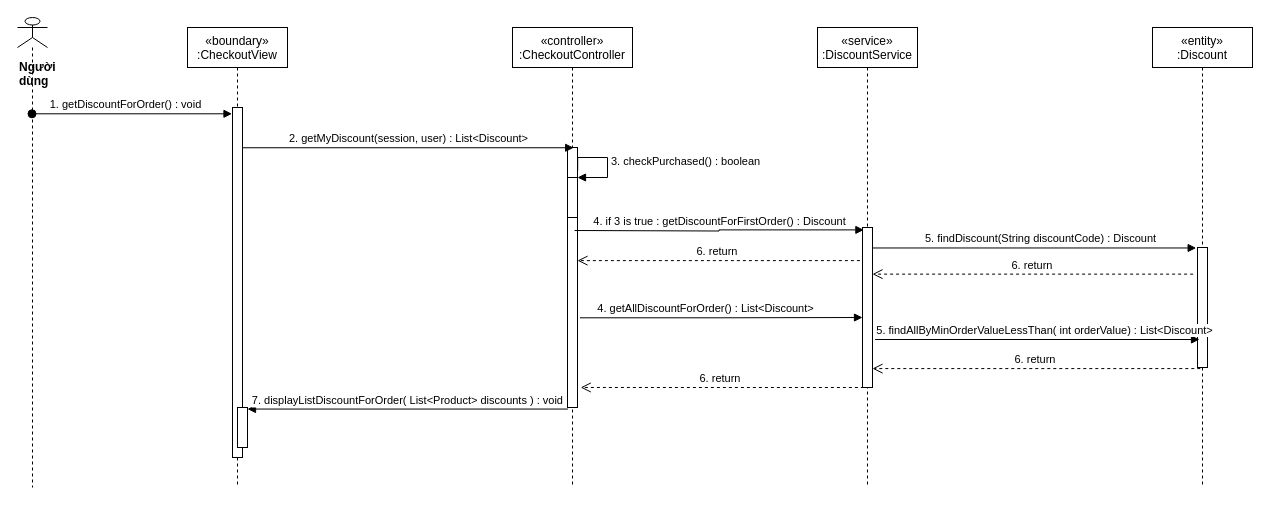
nguyenphamvan/datn_20202 keeps this draw.io diagram as sequence diagram/getDiscountCodeForOrder-sequence.drawio. Above is the earlier version. Source tidied: cells renumbered, new cells numbered last; positions are measured from the earlier drawing's top-left corner, leaving out a move shared by most shapes. Both pictures are drawn from the tidied source at 100%, with x=0, y=0 at pixel (17, 17).
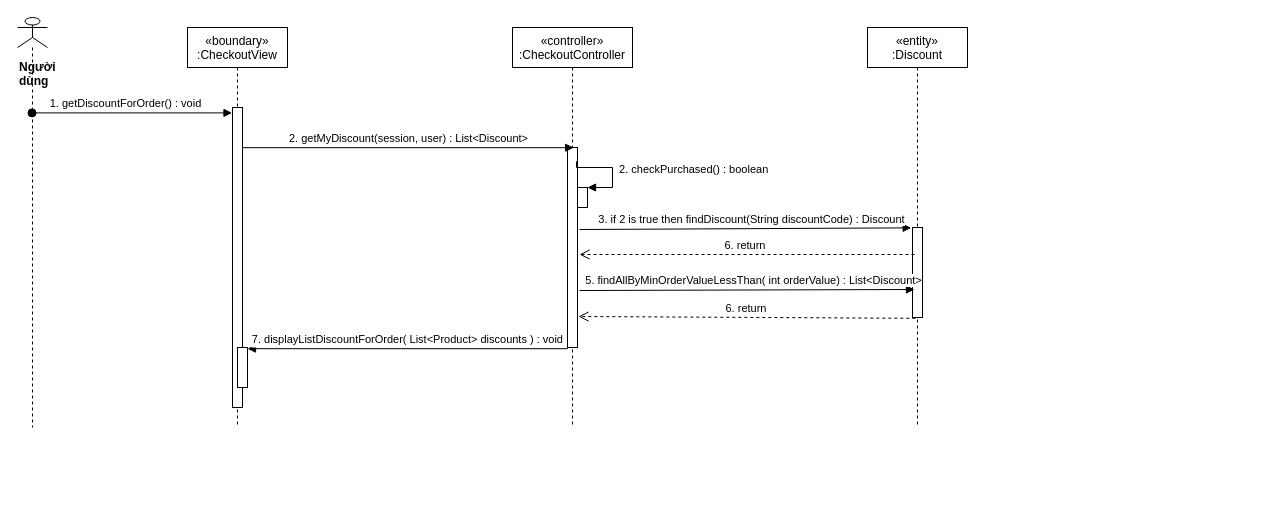
The same page after the edit.

What changed in the source:
```diff
@@
     <mxCell id="2" value="«boundary»&#10;:CheckoutView" style="shape=umlLifeline;perimeter=lifelinePerimeter;rounded=0;shadow=0;strokeWidth=1;" parent="1" vertex="1">
-      <mxGeometry x="170" y="10" width="100" height="460" as="geometry" />
+      <mxGeometry x="170" y="10" width="100" height="400" as="geometry" />
     </mxCell>
     <mxCell id="3" style="points=[];perimeter=orthogonalPerimeter;rounded=0;shadow=0;strokeWidth=1;" parent="2" vertex="1">
-      <mxGeometry x="45" y="80" width="10" height="350" as="geometry" />
+      <mxGeometry x="45" y="80" width="10" height="300" as="geometry" />
     </mxCell>
     <mxCell id="4" style="html=1;points=[];perimeter=orthogonalPerimeter;" parent="2" vertex="1">
-      <mxGeometry x="50" y="380" width="10" height="40" as="geometry" />
+      <mxGeometry x="50" y="320" width="10" height="40" as="geometry" />
     </mxCell>
     <mxCell id="5" value="«controller»&#10;:CheckoutController" style="shape=umlLifeline;perimeter=lifelinePerimeter;rounded=0;shadow=0;strokeWidth=1;" parent="1" vertex="1">
-      <mxGeometry x="495" y="10" width="120" height="460" as="geometry" />
+      <mxGeometry x="495" y="10" width="120" height="400" as="geometry" />
     </mxCell>
     <mxCell id="6" style="points=[];perimeter=orthogonalPerimeter;rounded=0;shadow=0;strokeWidth=1;" parent="5" vertex="1">
-      <mxGeometry x="55" y="120" width="10" height="260" as="geometry" />
+      <mxGeometry x="55" y="120" width="10" height="200" as="geometry" />
     </mxCell>
     <mxCell id="7" value="&lt;div&gt;&lt;b&gt;Người dùng&lt;/b&gt;&lt;/div&gt;" style="shape=umlLifeline;participant=umlActor;perimeter=lifelinePerimeter;whiteSpace=wrap;html=1;verticalAlign=top;spacingTop=36;outlineConnect=0;align=left;size=30;" parent="1" vertex="1">
-      <mxGeometry width="30" height="470" as="geometry" />
+      <mxGeometry width="30" height="410" as="geometry" />
     </mxCell>
@@
-    <mxCell id="9" value="«service»&#10;:DiscountService" style="shape=umlLifeline;perimeter=lifelinePerimeter;rounded=0;shadow=0;strokeWidth=1;" parent="1" vertex="1">
-      <mxGeometry x="800" y="10" width="100" height="460" as="geometry" />
-    </mxCell>
-    <mxCell id="10" style="points=[];perimeter=orthogonalPerimeter;rounded=0;shadow=0;strokeWidth=1;" parent="9" vertex="1">
-      <mxGeometry x="45" y="200" width="10" height="160" as="geometry" />
-    </mxCell>
@@
     <mxCell id="12" value="«entity»&#10;:Discount" style="shape=umlLifeline;perimeter=lifelinePerimeter;rounded=0;shadow=0;strokeWidth=1;" parent="1" vertex="1">
-      <mxGeometry x="1135" y="10" width="100" height="460" as="geometry" />
+      <mxGeometry x="850" y="10" width="100" height="400" as="geometry" />
     </mxCell>
     <mxCell id="13" style="points=[];perimeter=orthogonalPerimeter;rounded=0;shadow=0;strokeWidth=1;" parent="12" vertex="1">
-      <mxGeometry x="45" y="220" width="10" height="120" as="geometry" />
+      <mxGeometry x="45" y="200" width="10" height="90" as="geometry" />
     </mxCell>
-    <mxCell id="14" value="5. findDiscount(String discountCode) : Discount" style="html=1;verticalAlign=bottom;endArrow=block;entryX=-0.133;entryY=0.004;entryDx=0;entryDy=0;entryPerimeter=0;" parent="1" edge="1" source="10" target="13">
+    <mxCell id="14" value="3. if 2 is true then findDiscount(String discountCode) : Discount" style="html=1;verticalAlign=bottom;endArrow=block;entryX=-0.133;entryY=0.004;entryDx=0;entryDy=0;entryPerimeter=0;exitX=1.2;exitY=0.41;exitDx=0;exitDy=0;exitPerimeter=0;" parent="1" edge="1" source="6" target="13">
       <mxGeometry x="0.04" relative="1" as="geometry" />
     </mxCell>
-    <mxCell id="15" value="6. return&amp;nbsp;" style="html=1;verticalAlign=bottom;endArrow=open;dashed=1;endSize=8;exitX=-0.44;exitY=0.222;exitDx=0;exitDy=0;exitPerimeter=0;" parent="1" edge="1" source="13" target="10">
+    <mxCell id="15" value="6. return&amp;nbsp;" style="html=1;verticalAlign=bottom;endArrow=open;dashed=1;endSize=8;exitX=0.2;exitY=0.3;exitDx=0;exitDy=0;exitPerimeter=0;entryX=1.2;entryY=0.535;entryDx=0;entryDy=0;entryPerimeter=0;" parent="1" edge="1" source="13" target="6">
       <mxGeometry relative="1" as="geometry" />
     </mxCell>
@@
-    <mxCell id="17" style="html=1;points=[];perimeter=orthogonalPerimeter;" parent="1" vertex="1">
-      <mxGeometry x="550" y="160" width="10" height="40" as="geometry" />
-    </mxCell>
-    <mxCell id="18" value="3. checkPurchased() : boolean" style="edgeStyle=orthogonalEdgeStyle;html=1;align=left;spacingLeft=2;endArrow=block;rounded=0;entryX=1;entryY=0;exitX=1.02;exitY=0.087;exitDx=0;exitDy=0;exitPerimeter=0;" parent="1" edge="1" source="6" target="17">
-      <mxGeometry relative="1" as="geometry">
-        <Array as="points">
-          <mxPoint x="590" y="140" />
-          <mxPoint x="590" y="160" />
-        </Array>
-      </mxGeometry>
-    </mxCell>
-    <mxCell id="19" value="4. if 3 is true : getDiscountForFirstOrder() : Discount" style="html=1;verticalAlign=bottom;endArrow=block;rounded=0;edgeStyle=orthogonalEdgeStyle;entryX=0.14;entryY=0.015;entryDx=0;entryDy=0;entryPerimeter=0;" parent="1" edge="1" target="10">
-      <mxGeometry relative="1" as="geometry">
-        <mxPoint x="557" y="213" as="sourcePoint" />
-      </mxGeometry>
-    </mxCell>
-    <mxCell id="20" value="6. return&amp;nbsp;" style="html=1;verticalAlign=bottom;endArrow=open;dashed=1;endSize=8;exitX=-0.26;exitY=0.207;exitDx=0;exitDy=0;exitPerimeter=0;" parent="1" edge="1" source="10" target="6">
-      <mxGeometry relative="1" as="geometry" />
-    </mxCell>
-    <mxCell id="21" value="4. getAllDiscountForOrder() : List&amp;lt;Discount&amp;gt;" style="html=1;verticalAlign=bottom;endArrow=block;rounded=0;edgeStyle=orthogonalEdgeStyle;exitX=1.24;exitY=0.655;exitDx=0;exitDy=0;exitPerimeter=0;" parent="1" edge="1" source="6">
-      <mxGeometry x="-0.1" relative="1" as="geometry">
-        <mxPoint x="845" y="300" as="targetPoint" />
-        <mxPoint x="-1" as="offset" />
-      </mxGeometry>
-    </mxCell>
-    <mxCell id="22" value="5. findAllByMinOrderValueLessThan( int orderValue) : List&amp;lt;Discount&amp;gt;" style="html=1;verticalAlign=bottom;endArrow=block;exitX=1.26;exitY=0.7;exitDx=0;exitDy=0;exitPerimeter=0;" parent="1" edge="1" source="10">
-      <mxGeometry x="0.04" relative="1" as="geometry">
-        <mxPoint x="1182" y="322" as="targetPoint" />
-      </mxGeometry>
+    <mxCell id="22" value="5. findAllByMinOrderValueLessThan( int orderValue) : List&amp;lt;Discount&amp;gt;" style="html=1;verticalAlign=bottom;endArrow=block;exitX=1.2;exitY=0.715;exitDx=0;exitDy=0;exitPerimeter=0;entryX=0.2;entryY=0.689;entryDx=0;entryDy=0;entryPerimeter=0;" parent="1" edge="1" source="6" target="13">
+      <mxGeometry x="0.04" relative="1" as="geometry" />
     </mxCell>
-    <mxCell id="23" value="6. return&amp;nbsp;" style="html=1;verticalAlign=bottom;endArrow=open;dashed=1;endSize=8;exitX=0.28;exitY=1.009;exitDx=0;exitDy=0;exitPerimeter=0;" parent="1" edge="1" source="13" target="10">
+    <mxCell id="23" value="6. return&amp;nbsp;" style="html=1;verticalAlign=bottom;endArrow=open;dashed=1;endSize=8;exitX=0.28;exitY=1.009;exitDx=0;exitDy=0;exitPerimeter=0;entryX=1.1;entryY=0.845;entryDx=0;entryDy=0;entryPerimeter=0;" parent="1" edge="1" source="13" target="6">
       <mxGeometry relative="1" as="geometry" />
     </mxCell>
-    <mxCell id="24" value="6. return&amp;nbsp;" style="html=1;verticalAlign=bottom;endArrow=open;dashed=1;endSize=8;exitX=0.14;exitY=1;exitDx=0;exitDy=0;exitPerimeter=0;entryX=1.32;entryY=0.923;entryDx=0;entryDy=0;entryPerimeter=0;" parent="1" edge="1" source="10" target="6">
-      <mxGeometry relative="1" as="geometry" />
-    </mxCell>
+    <mxCell id="25" style="html=1;points=[];perimeter=orthogonalPerimeter;" parent="1" vertex="1">
+      <mxGeometry x="560" y="170" width="10" height="20" as="geometry" />
+    </mxCell>
+    <mxCell id="26" value="&amp;nbsp;2. checkPurchased() : boolean" style="edgeStyle=orthogonalEdgeStyle;html=1;align=left;spacingLeft=2;endArrow=block;rounded=0;entryX=1;entryY=0;exitX=0.9;exitY=0.069;exitDx=0;exitDy=0;exitPerimeter=0;" parent="1" edge="1" source="6" target="25">
+      <mxGeometry relative="1" as="geometry">
+        <Array as="points">
+          <mxPoint x="559" y="150" />
+          <mxPoint x="595" y="150" />
+          <mxPoint x="595" y="170" />
+        </Array>
+      </mxGeometry>
+    </mxCell>
```
